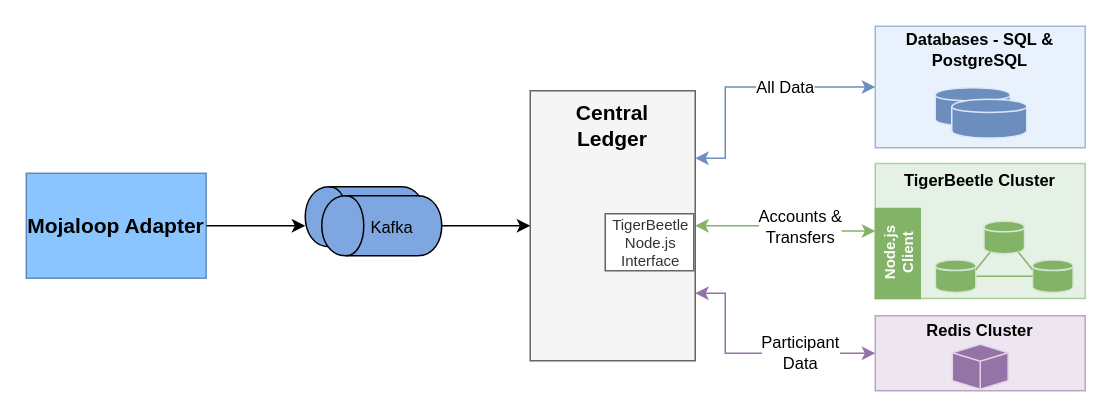
Earlier version of the draw.io diagram page "to be - central ledger" (1 of 5) of solution_design/edit-central-ledger-diagram-to-be.drawio (coilhq/mucoa). Source tidied: cells renumbered, new cells numbered last; positions are measured from the earlier drawing's top-left corner, leaving out a move shared by most shapes. Both pictures are drawn from the tidied source at 150%, with x=0, y=0 at pixel (26, 26).
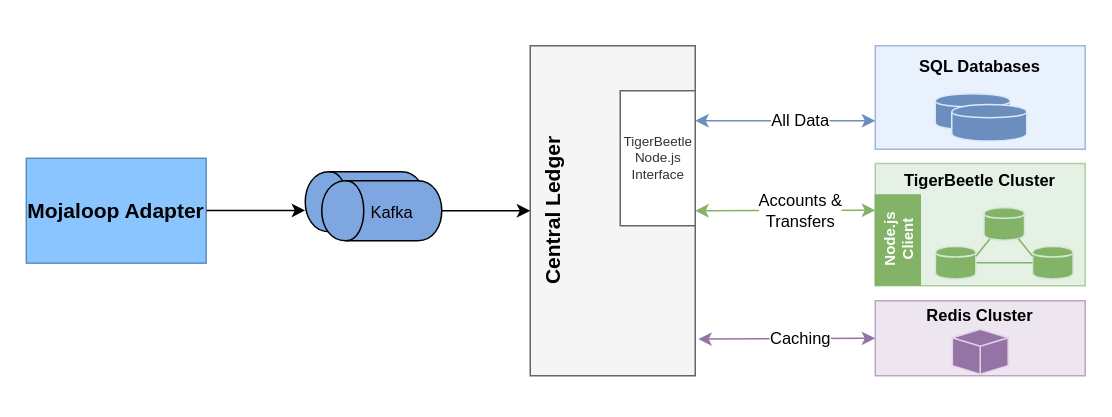
The same page after the edit.

What changed in the source:
```diff
@@
     <mxCell id="2" style="rounded=0;whiteSpace=wrap;html=1;fillColor=#dae8fc;strokeColor=#6C8EBF;opacity=60;" parent="1" vertex="1">
-      <mxGeometry x="566" width="140" height="81" as="geometry" />
+      <mxGeometry x="566" y="13" width="140" height="69" as="geometry" />
     </mxCell>
     <mxCell id="3" style="rounded=0;whiteSpace=wrap;html=1;fillColor=#d5e8d4;strokeColor=#82b366;opacity=60;" parent="1" vertex="1">
-      <mxGeometry x="566" y="91.5" width="140" height="90" as="geometry" />
+      <mxGeometry x="566" y="91.5" width="140" height="81.5" as="geometry" />
     </mxCell>
@@
-    <mxCell id="5" value="Databases -&amp;nbsp;&lt;span style=&quot;font-size: 11px;&quot;&gt;&lt;font style=&quot;font-size: 11px;&quot;&gt;SQL &amp;amp; PostgreSQL&lt;/font&gt;&lt;/span&gt;" style="text;html=1;strokeColor=none;fillColor=none;align=center;verticalAlign=middle;whiteSpace=wrap;rounded=0;opacity=60;fontSize=11;fontStyle=1;labelBackgroundColor=none;" parent="1" vertex="1">
-      <mxGeometry x="566" y="6" width="140" height="20" as="geometry" />
+    <mxCell id="5" value="SQL Databases" style="text;html=1;strokeColor=none;fillColor=none;align=center;verticalAlign=middle;whiteSpace=wrap;rounded=0;opacity=60;fontSize=11;fontStyle=1;labelBackgroundColor=none;" parent="1" vertex="1">
+      <mxGeometry x="566" y="17" width="140" height="20" as="geometry" />
     </mxCell>
     <mxCell id="6" style="edgeStyle=orthogonalEdgeStyle;rounded=0;orthogonalLoop=1;jettySize=auto;html=1;exitX=1;exitY=0.5;exitDx=0;exitDy=0;fontSize=10;fontColor=#000000;startArrow=none;startFill=0;endArrow=classic;endFill=1;strokeColor=#000000;fillColor=#dae8fc;entryX=0.5;entryY=0;entryDx=0;entryDy=0;" parent="1" edge="1">
       <mxGeometry relative="1" as="geometry">
-        <mxPoint x="120" y="133" as="sourcePoint" />
-        <mxPoint x="186" y="133" as="targetPoint" />
+        <mxPoint x="120" y="122.8" as="sourcePoint" />
+        <mxPoint x="186" y="122.8" as="targetPoint" />
       </mxGeometry>
     </mxCell>
     <mxCell id="7" value="Mojaloop Adapter" style="rounded=0;whiteSpace=wrap;html=1;fontSize=14;opacity=60;fontStyle=1;fillColor=#3D9EFF;strokeColor=#22588F;" parent="1" vertex="1">
-      <mxGeometry y="98" width="120" height="70" as="geometry" />
+      <mxGeometry y="88" width="120" height="70" as="geometry" />
     </mxCell>
-    <mxCell id="8" value="Participant &lt;br&gt;Data" style="edgeStyle=orthogonalEdgeStyle;rounded=0;jettySize=auto;html=1;exitX=1;exitY=0.75;exitDx=0;exitDy=0;entryX=0;entryY=0.5;entryDx=0;entryDy=0;startArrow=classic;startFill=1;endArrow=classic;endFill=1;strokeColor=#9673A6;" parent="1" edge="1" source="10" target="11">
-      <mxGeometry x="0.38" relative="1" as="geometry">
-        <Array as="points">
-          <mxPoint x="466" y="178" />
-          <mxPoint x="466" y="218" />
-        </Array>
-      </mxGeometry>
+    <mxCell id="8" value="Caching" style="rounded=0;jettySize=auto;html=1;exitX=1.018;exitY=0.889;exitDx=0;exitDy=0;entryX=0;entryY=0.5;entryDx=0;entryDy=0;startArrow=classic;startFill=1;endArrow=classic;endFill=1;strokeColor=#9673A6;exitPerimeter=0;" parent="1" edge="1" source="10" target="11">
+      <mxGeometry x="0.15" relative="1" as="geometry" />
     </mxCell>
-    <mxCell id="9" value="Accounts &amp;amp; &lt;br style=&quot;font-size: 11px;&quot;&gt;Transfers" style="rounded=0;jettySize=auto;html=1;exitX=1;exitY=0.5;exitDx=0;exitDy=0;entryX=0;entryY=0.5;entryDx=0;entryDy=0;fontSize=11;startArrow=classic;startFill=1;endArrow=classic;endFill=1;edgeStyle=orthogonalEdgeStyle;strokeColor=#82B366;" parent="1" edge="1" source="10" target="3">
-      <mxGeometry x="0.19" y="4" relative="1" as="geometry">
-        <mxPoint y="1" as="offset" />
-      </mxGeometry>
+    <mxCell id="9" value="Accounts &amp;amp; &lt;br style=&quot;font-size: 11px;&quot;&gt;Transfers" style="rounded=0;jettySize=auto;html=1;exitX=1;exitY=0.5;exitDx=0;exitDy=0;entryX=0;entryY=0.382;entryDx=0;entryDy=0;fontSize=11;startArrow=classic;startFill=1;endArrow=classic;endFill=1;strokeColor=#82B366;entryPerimeter=0;" parent="1" edge="1" source="10" target="3">
+      <mxGeometry x="0.17" relative="1" as="geometry" />
     </mxCell>
-    <mxCell id="10" value="&lt;font color=&quot;#000000&quot; style=&quot;font-size: 14px&quot;&gt;&lt;span style=&quot;font-size: 14px&quot;&gt;Central &lt;br&gt;Ledger&lt;/span&gt;&lt;br style=&quot;font-size: 14px&quot;&gt;&lt;/font&gt;" style="rounded=0;whiteSpace=wrap;html=1;fillColor=#f5f5f5;strokeColor=#666666;fontStyle=1;verticalAlign=top;horizontal=1;fontSize=14;fontColor=#333333;" parent="1" vertex="1">
-      <mxGeometry x="336" y="43" width="110" height="180" as="geometry" />
+    <mxCell id="10" value="&lt;font color=&quot;#000000&quot; style=&quot;font-size: 14px&quot;&gt;&lt;span style=&quot;font-size: 14px&quot;&gt;Central Ledger&lt;/span&gt;&lt;br style=&quot;font-size: 14px&quot;&gt;&lt;/font&gt;" style="rounded=0;whiteSpace=wrap;html=1;fillColor=#f5f5f5;strokeColor=#666666;fontStyle=1;verticalAlign=top;horizontal=0;fontSize=14;fontColor=#333333;" parent="1" vertex="1">
+      <mxGeometry x="336" y="13" width="110" height="220" as="geometry" />
     </mxCell>
     <mxCell id="11" style="rounded=0;whiteSpace=wrap;html=1;fillColor=#e1d5e7;strokeColor=#9673a6;opacity=60;" parent="1" vertex="1">
-      <mxGeometry x="566" y="193" width="140" height="50" as="geometry" />
+      <mxGeometry x="566" y="183" width="140" height="50" as="geometry" />
     </mxCell>
     <mxCell id="12" value="Redis Cluster" style="text;html=1;strokeColor=none;fillColor=none;align=center;verticalAlign=middle;whiteSpace=wrap;rounded=0;opacity=60;fontSize=11;fontStyle=1;" parent="1" vertex="1">
-      <mxGeometry x="566" y="193" width="140" height="20" as="geometry" />
+      <mxGeometry x="566" y="183" width="140" height="20" as="geometry" />
     </mxCell>
     <mxCell id="13" value="&lt;font color=&quot;#000000&quot;&gt;&lt;br&gt;&lt;/font&gt;" style="whiteSpace=wrap;html=1;shape=mxgraph.basic.isocube;isoAngle=9.67;fillColor=#9673A6;strokeColor=#E1D5E7;gradientColor=none;" parent="1" vertex="1">
-      <mxGeometry x="617.4" y="212" width="37.2" height="30" as="geometry" />
+      <mxGeometry x="617.4" y="202" width="37.2" height="30" as="geometry" />
     </mxCell>
@@
-    <mxCell id="15" value="All Data" style="endArrow=classic;html=1;rounded=0;fontSize=11;entryX=0;entryY=0.5;entryDx=0;entryDy=0;exitX=1;exitY=0.25;exitDx=0;exitDy=0;edgeStyle=orthogonalEdgeStyle;endFill=1;startArrow=classic;startFill=1;strokeColor=#6C8EBF;" parent="1" edge="1" source="10" target="2">
-      <mxGeometry x="0.28" relative="1" as="geometry">
-        <Array as="points">
-          <mxPoint x="466" y="88" />
-          <mxPoint x="466" y="41" />
-        </Array>
+    <mxCell id="15" value="All Data" style="endArrow=classic;html=1;rounded=0;fontSize=11;endFill=1;startArrow=classic;startFill=1;strokeColor=#6C8EBF;" parent="1" edge="1">
+      <mxGeometry x="0.17" relative="1" as="geometry">
+        <mxPoint x="446" y="63" as="sourcePoint" />
+        <mxPoint x="566" y="63" as="targetPoint" />
       </mxGeometry>
     </mxCell>
     <mxCell id="16" style="group;fillColor=none;strokeColor=none;" parent="1" vertex="1">
-      <mxGeometry x="606.1" y="130" width="91.8" height="47.5" as="geometry" />
+      <mxGeometry x="606.1" y="121" width="91.8" height="47.5" as="geometry" />
     </mxCell>
@@
     <mxCell id="23" style="group;" parent="1" vertex="1">
-      <mxGeometry x="606" y="41" width="60" height="33.5" as="geometry" />
+      <mxGeometry x="606" y="45" width="60" height="31.5" as="geometry" />
     </mxCell>
     <mxCell id="24" value="&lt;font color=&quot;#000000&quot;&gt;&lt;br&gt;&lt;/font&gt;" style="shape=cylinder;whiteSpace=wrap;html=1;boundedLbl=1;backgroundOutline=1;fillColor=#6C8EBF;strokeColor=#DAE8FC;gradientColor=none;" parent="23" vertex="1">
-      <mxGeometry width="50" height="25.8" as="geometry" />
+      <mxGeometry width="50" height="24.3" as="geometry" />
     </mxCell>
     <mxCell id="25" value="&lt;font color=&quot;#000000&quot;&gt;&lt;br&gt;&lt;/font&gt;" style="shape=cylinder;whiteSpace=wrap;html=1;boundedLbl=1;backgroundOutline=1;fillColor=#6C8EBF;strokeColor=#DAE8FC;gradientColor=none;" parent="23" vertex="1">
-      <mxGeometry x="11" y="7.7" width="50" height="25.8" as="geometry" />
+      <mxGeometry x="11" y="7.2" width="50" height="24.3" as="geometry" />
     </mxCell>
-    <mxCell id="26" value="TigerBeetle &lt;br style=&quot;font-size: 10px;&quot;&gt;Node.js &lt;br style=&quot;font-size: 10px;&quot;&gt;Interface" style="html=1;fontSize=10;strokeColor=#666666;fillColor=#FFFFFF;horizontal=1;fontColor=#333333;fontStyle=0;" parent="1" vertex="1">
-      <mxGeometry x="386" y="125" width="59" height="38" as="geometry" />
+    <mxCell id="26" value="TigerBeetle &lt;br style=&quot;font-size: 9px;&quot;&gt;Node.js &lt;br style=&quot;font-size: 9px;&quot;&gt;Interface" style="html=1;fontSize=9;strokeColor=#666666;fillColor=#FFFFFF;horizontal=1;fontColor=#333333;fontStyle=0;" parent="1" vertex="1">
+      <mxGeometry x="396" y="43" width="50" height="90" as="geometry" />
     </mxCell>
     <mxCell id="27" value="Node.js&lt;br style=&quot;font-size: 10px;&quot;&gt;Client" style="html=1;fontSize=10;strokeColor=#82b366;fillColor=#82B366;horizontal=0;fontColor=#FFFFFF;fontStyle=1;" parent="1" vertex="1">
-      <mxGeometry x="566.1" y="121.5" width="29.9" height="60" as="geometry" />
+      <mxGeometry x="566.1" y="112.5" width="29.9" height="60" as="geometry" />
     </mxCell>
     <mxCell id="28" style="group;" parent="1" vertex="1">
-      <mxGeometry x="186" y="107" width="91" height="46" as="geometry" />
+      <mxGeometry x="186" y="97" width="91" height="46" as="geometry" />
     </mxCell>
```
